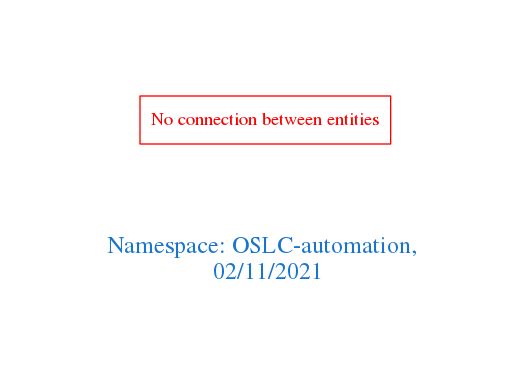
Before: downloads/OSLC-automation.png, a diagram exported from Graphviz (arago/OGIT). Its source is kept beside it as downloads/OSLC-automation.dot.
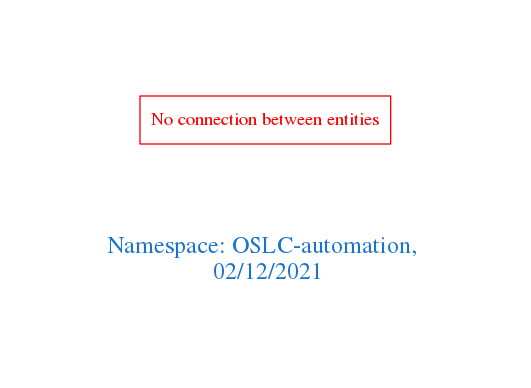
The same diagram one commit later.

The edit, as a diff of the source:
```diff
@@ -1,7 +1,7 @@
 digraph OGIT_ontology {
  graph [ rankdir= LR,pad=1
 fontsize = 18,
-fontcolor= dodgerblue3,label = "\n\n\nNamespace: OSLC-automation, \n 02/11/2021"];
+fontcolor= dodgerblue3,label = "\n\n\nNamespace: OSLC-automation, \n 02/12/2021"];
 node[shape=polygon];
 edge [  color="gray81"];
 
```
